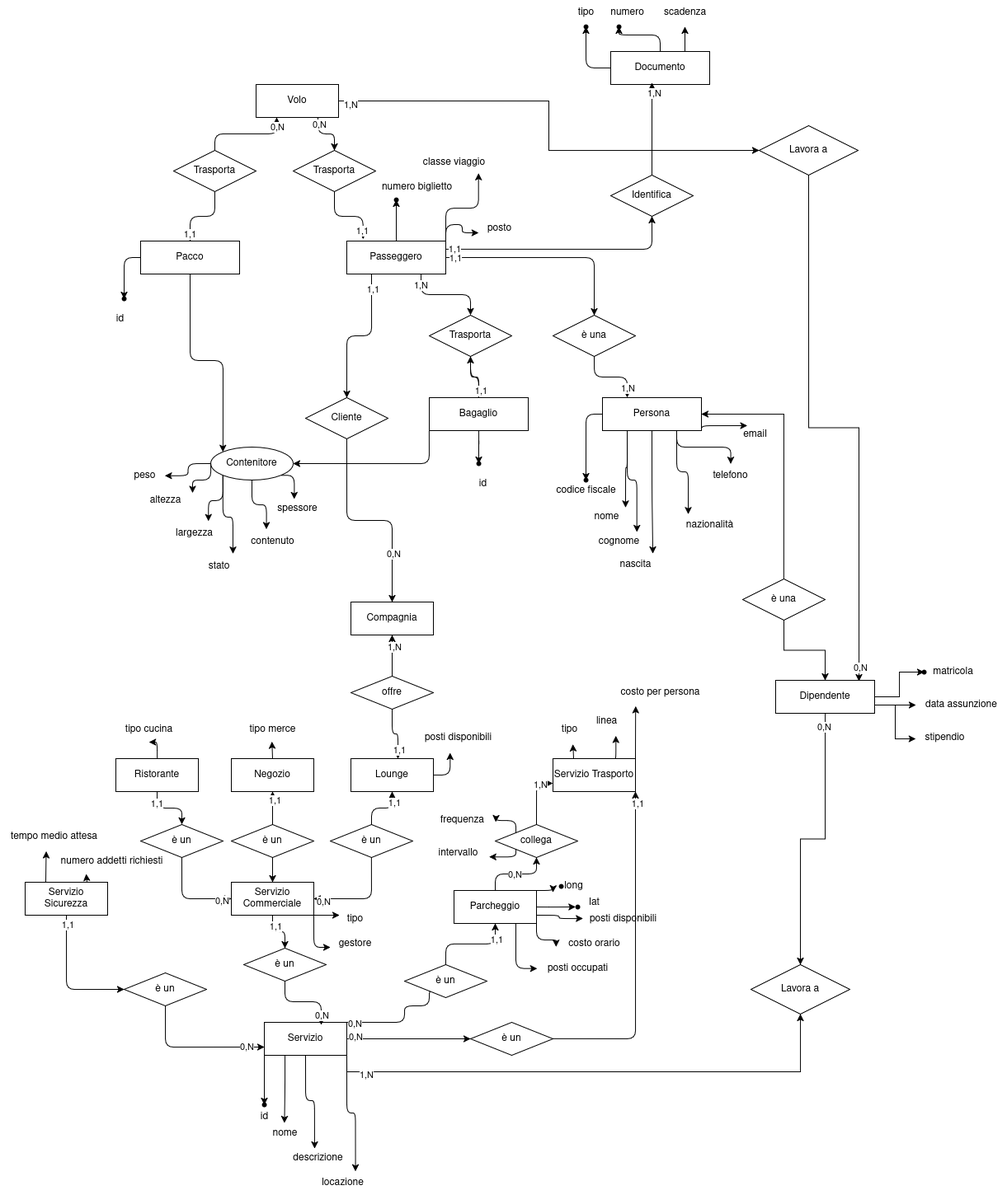
Earlier version of the draw.io export grafici/unione.drawio.png (Diebbo/aereodb). Source tidied: cells renumbered, new cells last; positions are measured from the earlier drawing's top-left corner, leaving out a move shared by most shapes.
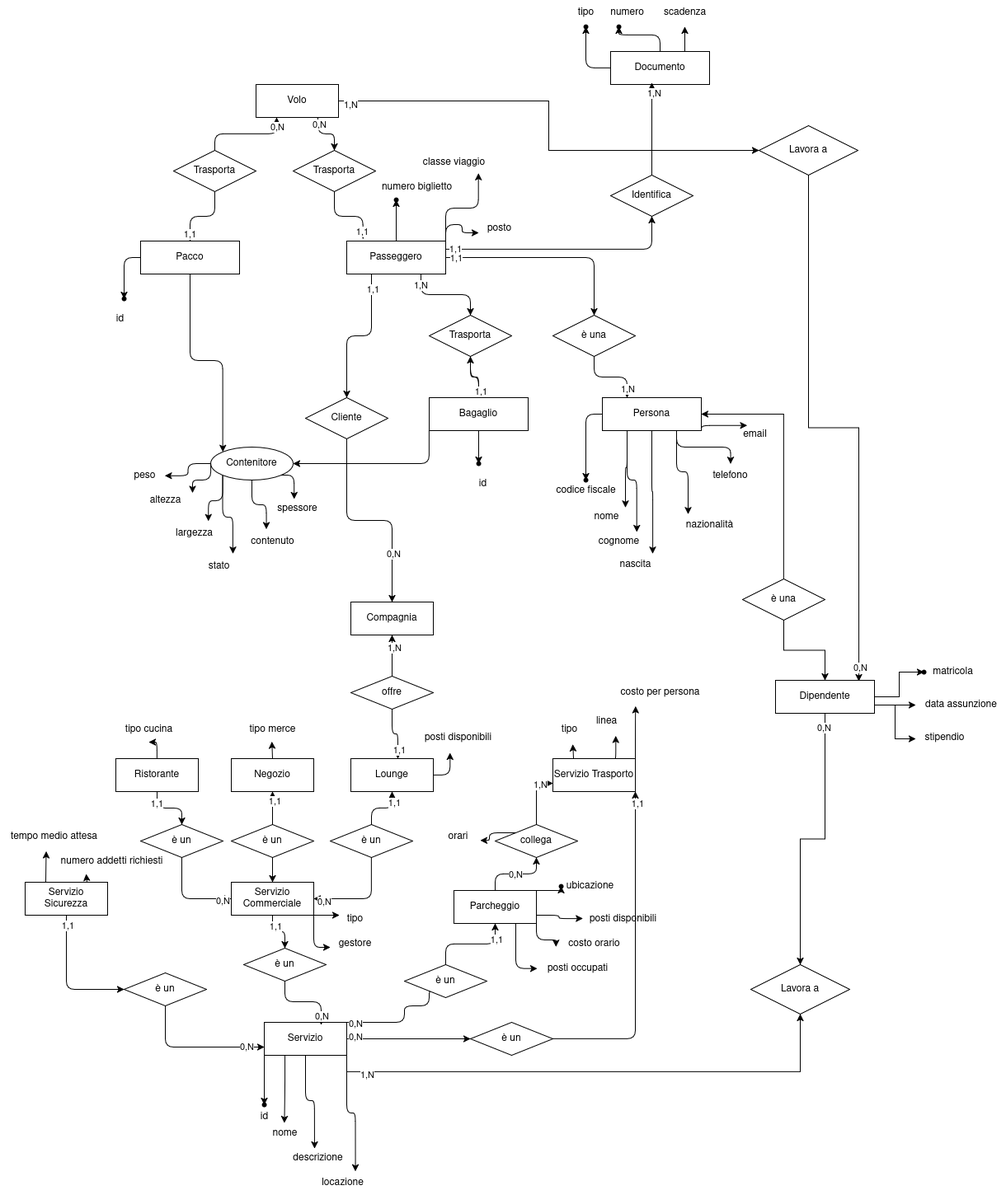
After the commit.

Commit message:
FIX:normalizzazione e unione componeneti

Diff of the diagram source:
```diff
@@ -223,33 +223,19 @@
     <mxCell id="72" style="edgeStyle=orthogonalEdgeStyle;jettySize=auto;html=1;exitX=0.75;exitY=0;exitDx=0;exitDy=0;entryX=0.726;entryY=1.081;entryDx=0;entryDy=0;entryPerimeter=0;" parent="1" edge="1" source="9" target="68">
       <mxGeometry relative="1" as="geometry" />
     </mxCell>
-    <mxCell id="73" value="frequenza" style="text;html=1;align=center;verticalAlign=middle;points=[];strokeColor=none;fillColor=none;" parent="1" vertex="1">
-      <mxGeometry x="520" y="980" width="80" height="30" as="geometry" />
-    </mxCell>
-    <mxCell id="74" value="intervallo" style="text;html=1;align=center;verticalAlign=middle;points=[];strokeColor=none;fillColor=none;" parent="1" vertex="1">
-      <mxGeometry x="520" y="1020" width="70" height="30" as="geometry" />
+    <mxCell id="74" value="orari" style="text;html=1;align=center;verticalAlign=middle;points=[];strokeColor=none;fillColor=none;" parent="1" vertex="1">
+      <mxGeometry x="530" y="1000" width="50" height="30" as="geometry" />
     </mxCell>
-    <mxCell id="75" style="edgeStyle=orthogonalEdgeStyle;jettySize=auto;html=1;exitX=0;exitY=1;exitDx=0;exitDy=0;entryX=1.037;entryY=0.643;entryDx=0;entryDy=0;entryPerimeter=0;" parent="1" edge="1" source="40" target="74">
+    <mxCell id="75" style="edgeStyle=orthogonalEdgeStyle;jettySize=auto;html=1;exitX=0;exitY=0;exitDx=0;exitDy=0;entryX=1.037;entryY=0.643;entryDx=0;entryDy=0;entryPerimeter=0;" parent="1" edge="1" source="40" target="74">
       <mxGeometry relative="1" as="geometry">
         <Array as="points">
-          <mxPoint x="625" y="1039" />
+          <mxPoint x="593" y="1010" />
         </Array>
       </mxGeometry>
     </mxCell>
-    <mxCell id="76" style="edgeStyle=orthogonalEdgeStyle;jettySize=auto;html=1;exitX=0;exitY=0;exitDx=0;exitDy=0;entryX=1.007;entryY=0.567;entryDx=0;entryDy=0;entryPerimeter=0;" parent="1" edge="1" source="40" target="73">
-      <mxGeometry relative="1" as="geometry">
-        <Array as="points">
-          <mxPoint x="625" y="995" />
-          <mxPoint x="601" y="995" />
-        </Array>
-      </mxGeometry>
-    </mxCell>
-    <mxCell id="77" value="long" style="text;html=1;align=center;verticalAlign=middle;points=[];strokeColor=none;fillColor=none;" parent="1" vertex="1">
-      <mxGeometry x="670" y="1060" width="50" height="30" as="geometry" />
+    <mxCell id="77" value="ubicazione" style="text;html=1;align=center;verticalAlign=middle;points=[];strokeColor=none;fillColor=none;" parent="1" vertex="1">
+      <mxGeometry x="675" y="1060" width="80" height="30" as="geometry" />
     </mxCell>
-    <mxCell id="78" value="lat" style="text;html=1;align=center;verticalAlign=middle;points=[];strokeColor=none;fillColor=none;" parent="1" vertex="1">
-      <mxGeometry x="700" y="1080" width="40" height="30" as="geometry" />
-    </mxCell>
     <mxCell id="79" value="posti disponibili" style="text;html=1;align=center;verticalAlign=middle;points=[];strokeColor=none;fillColor=none;" parent="1" vertex="1">
       <mxGeometry x="705" y="1100" width="100" height="30" as="geometry" />
     </mxCell>
@@ -259,10 +245,7 @@
     <mxCell id="81" value="posti occupati" style="text;html=1;align=center;verticalAlign=middle;points=[];strokeColor=none;fillColor=none;" parent="1" vertex="1">
       <mxGeometry x="650" y="1160" width="100" height="30" as="geometry" />
     </mxCell>
-    <mxCell id="82" style="edgeStyle=orthogonalEdgeStyle;jettySize=auto;html=1;exitX=1;exitY=0.5;exitDx=0;exitDy=0;entryX=-0.068;entryY=0.662;entryDx=0;entryDy=0;entryPerimeter=0;" parent="1" edge="1" source="18" target="78">
-      <mxGeometry relative="1" as="geometry" />
-    </mxCell>
-    <mxCell id="83" style="edgeStyle=orthogonalEdgeStyle;jettySize=auto;html=1;exitX=1;exitY=0;exitDx=0;exitDy=0;entryX=-0.003;entryY=0.738;entryDx=0;entryDy=0;entryPerimeter=0;" parent="1" edge="1" source="18" target="77">
+    <mxCell id="83" style="edgeStyle=orthogonalEdgeStyle;jettySize=auto;html=1;exitX=1;exitY=0;exitDx=0;exitDy=0;entryX=-0.007;entryY=0.514;entryDx=0;entryDy=0;entryPerimeter=0;" parent="1" edge="1" source="18" target="87">
       <mxGeometry relative="1" as="geometry" />
     </mxCell>
     <mxCell id="84" style="edgeStyle=orthogonalEdgeStyle;jettySize=auto;html=1;exitX=1;exitY=0.75;exitDx=0;exitDy=0;entryX=0.014;entryY=0.471;entryDx=0;entryDy=0;entryPerimeter=0;" parent="1" edge="1" source="18" target="79">
@@ -282,9 +265,6 @@
     <mxCell id="87" style="shape=waypoint;sketch=0;size=6;points=[];fillColor=none;perimeter=centerPerimeter;snapToPoint=1;" parent="1" vertex="1">
       <mxGeometry x="670" y="1065" width="20" height="20" as="geometry" />
     </mxCell>
-    <mxCell id="88" style="shape=waypoint;sketch=0;size=6;fillColor=none;perimeter=centerPerimeter;" parent="1" vertex="1">
-      <mxGeometry x="690" y="1090" width="20" height="20" as="geometry" />
-    </mxCell>
     <mxCell id="89" value="tipo" style="text;html=1;align=center;verticalAlign=middle;points=[];strokeColor=none;fillColor=none;" parent="1" vertex="1">
       <mxGeometry x="410" y="1100" width="40" height="30" as="geometry" />
     </mxCell>
```
